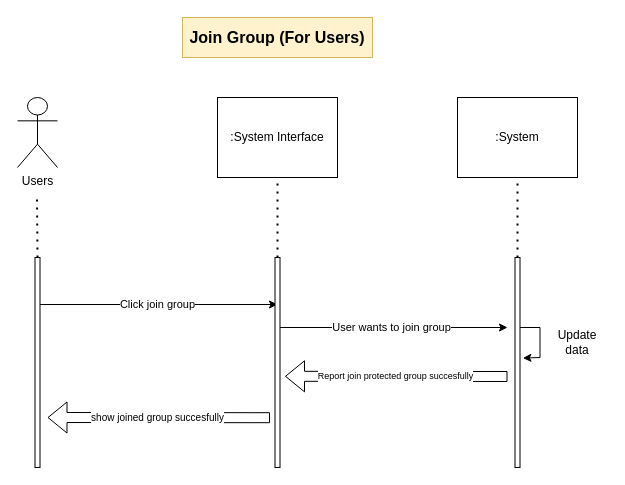
ParkinnAuto/StudyMate keeps this draw.io diagram as page "Join Group (For Users)" (3 of 17) of Models/Sequence Diagram.drawio. Above is the earlier version. Source tidied: cells renumbered, new cells numbered last; positions are measured from the earlier drawing's top-left corner, leaving out a move shared by most shapes. Both pictures are drawn from the tidied source at 100%, with x=0, y=0 at pixel (17, 17).
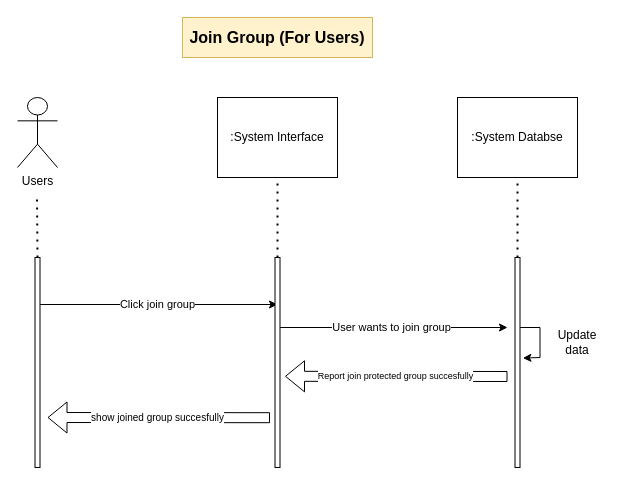
The same diagram, later.

Change to the diagram source:
```diff
@@
-    <mxCell id="17" value=":System" style="rounded=0;whiteSpace=wrap;html=1;" parent="1" vertex="1">
+    <mxCell id="17" value=":System Databse" style="rounded=0;whiteSpace=wrap;html=1;" parent="1" vertex="1">
       <mxGeometry x="440" y="80" width="120" height="80" as="geometry" />
     </mxCell>
```
